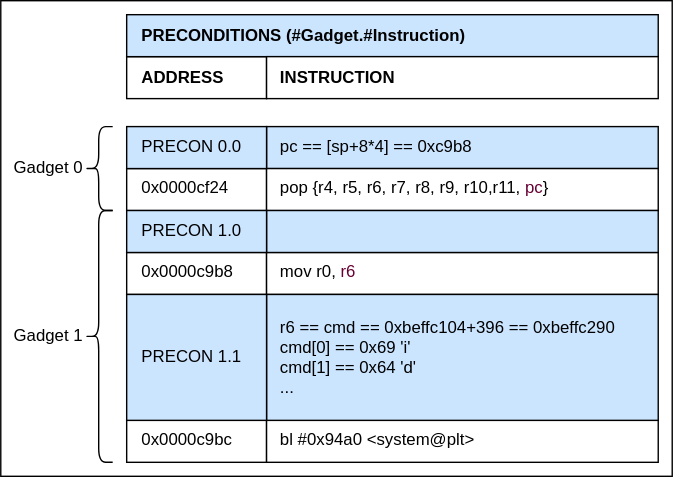
Before: images/ROP_Chain.svg, a diagram exported from draw.io (cyber-defence-campus/netgear_r6700v3_circled). Source tidied: cells renumbered, new cells last; positions are measured from the earlier drawing's top-left corner, leaving out a move shared by most shapes.
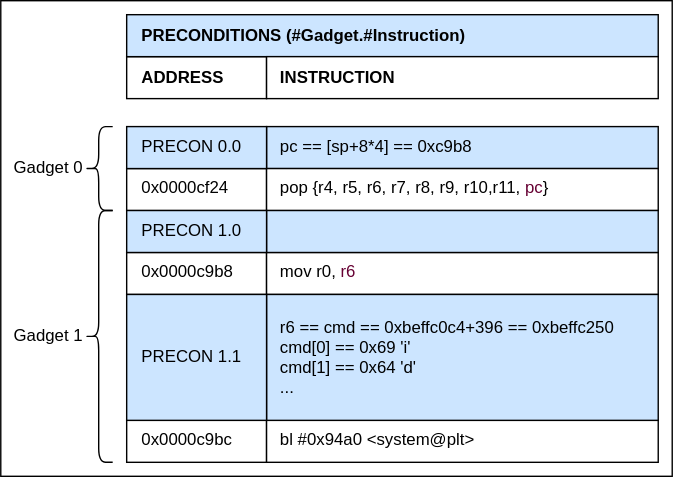
Above is the later version.

Change to the diagram source:
```diff
@@ -47,7 +47,7 @@
     <mxCell id="16" value="PRECON 0.0" style="rounded=0;whiteSpace=wrap;html=1;verticalAlign=middle;align=left;spacingLeft=9;spacingRight=8;fillColor=#CCE5FF;" parent="1" vertex="1">
       <mxGeometry x="90" y="90" width="100" height="30" as="geometry" />
     </mxCell>
-    <mxCell id="17" value="r6 == cmd == 0xbeffc104+396 == 0xbeffc290&lt;br&gt;cmd[0] == 0x69 'i'&lt;br&gt;cmd[1] == 0x64 'd'&lt;br&gt;..." style="rounded=0;whiteSpace=wrap;html=1;verticalAlign=middle;align=left;spacingLeft=8;spacingRight=8;fillColor=#CCE5FF;" parent="1" vertex="1">
+    <mxCell id="17" value="r6 == cmd == 0xbeffc0c4+396 == 0xbeffc250&lt;br&gt;cmd[0] == 0x69 'i'&lt;br&gt;cmd[1] == 0x64 'd'&lt;br&gt;..." style="rounded=0;whiteSpace=wrap;html=1;verticalAlign=middle;align=left;spacingLeft=8;spacingRight=8;fillColor=#CCE5FF;" parent="1" vertex="1">
       <mxGeometry x="190" y="210" width="280" height="90" as="geometry" />
     </mxCell>
     <mxCell id="18" value="PRECON 1.1" style="rounded=0;whiteSpace=wrap;html=1;verticalAlign=middle;align=left;spacingLeft=9;spacingRight=8;fillColor=#CCE5FF;" parent="1" vertex="1">
```
